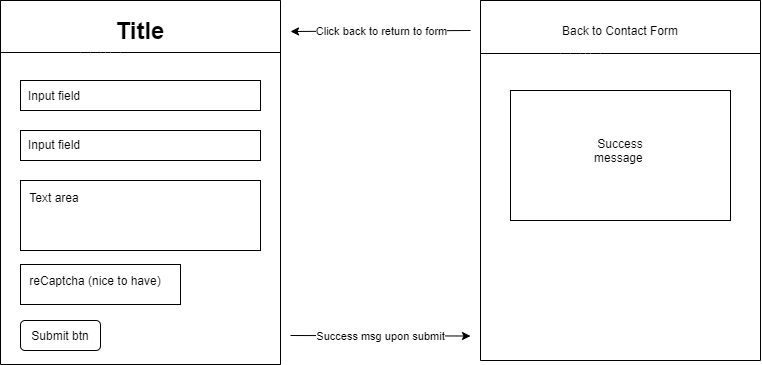
Before: images/Wireframes.png, a diagram exported from draw.io (surryjm/week7-assignment). Source tidied: cells renumbered, new cells last; positions are measured from the earlier drawing's top-left corner, leaving out a move shared by most shapes.
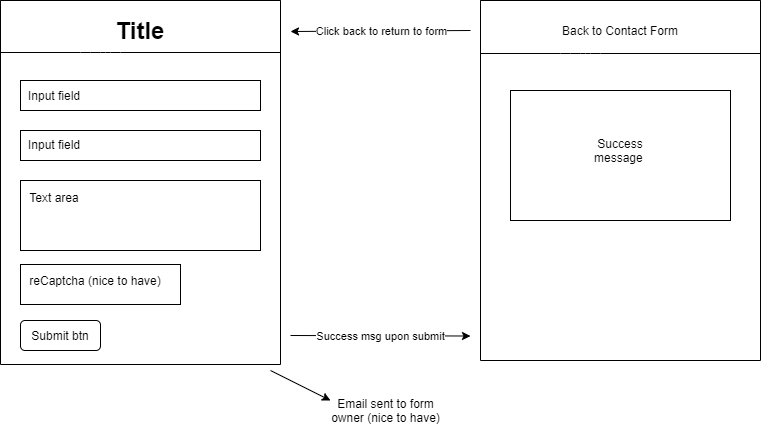
Later version of the same file.

Commit message:
updated wireframe image to include nice to haves

The edit, as a diff of the source:
```diff
@@ -90,5 +90,14 @@
     <mxCell id="23" value="reCaptcha (nice to have)" style="text;html=1;strokeColor=none;fillColor=none;align=center;verticalAlign=middle;whiteSpace=wrap;rounded=0;" parent="1" vertex="1">
       <mxGeometry x="10" y="270" width="170" height="20" as="geometry" />
     </mxCell>
+    <mxCell id="24" value="Email sent to form owner (nice to have)" style="text;html=1;strokeColor=none;fillColor=none;align=center;verticalAlign=middle;whiteSpace=wrap;rounded=0;" parent="1" vertex="1">
+      <mxGeometry x="328" y="400" width="115" height="20" as="geometry" />
+    </mxCell>
+    <mxCell id="25" style="endArrow=classic;html=1;" parent="1" edge="1">
+      <mxGeometry relative="1" as="geometry">
+        <mxPoint x="270" y="370" as="sourcePoint" />
+        <mxPoint x="330" y="400" as="targetPoint" />
+      </mxGeometry>
+    </mxCell>
   </root>
 </mxGraphModel>
```
